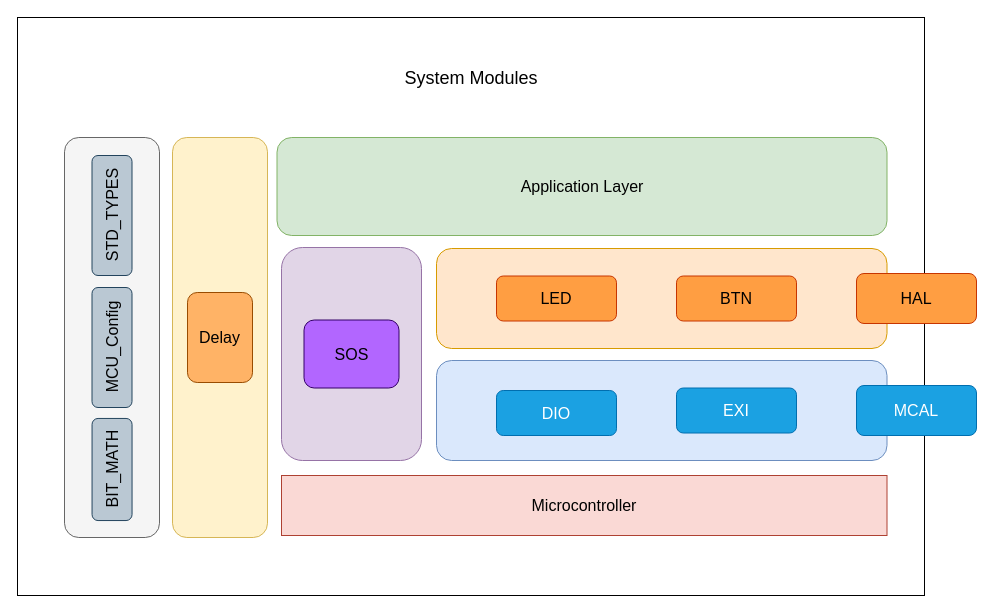
AbdelrhmanWalaa/Small-OS keeps this draw.io diagram as Documents/Diagrams/System Modules Diagram/Small OS - System Modules.drawio. Above is the earlier version. Source tidied: cells renumbered, new cells numbered last; positions are measured from the earlier drawing's top-left corner, leaving out a move shared by most shapes. Both pictures are drawn from the tidied source at 100%, with x=0, y=0 at pixel (17, 17).
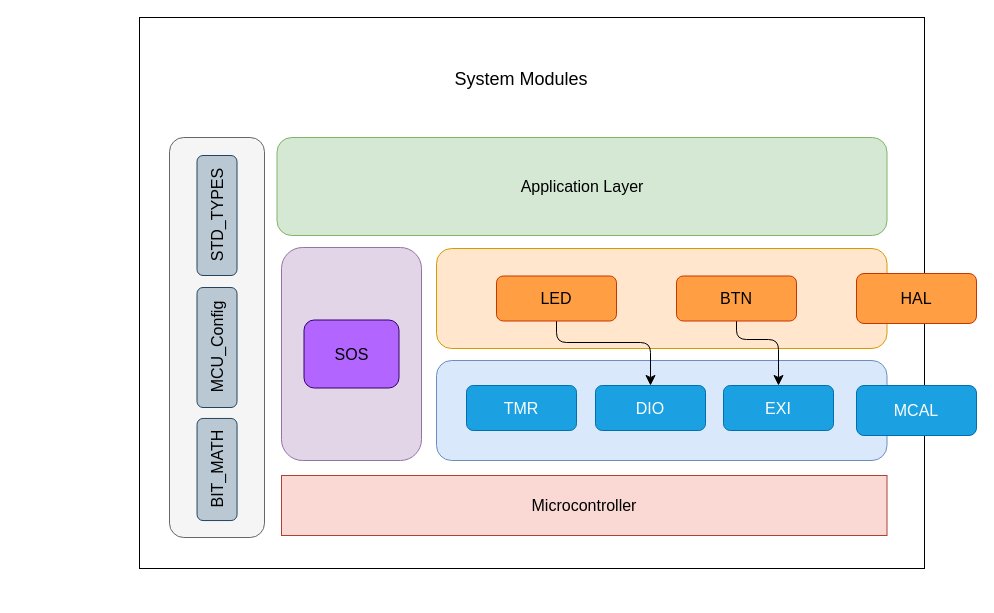
The same page after the edit.

The change refers to these unchanged cells:
```xml
<mxCell id="21" value="LED" style="rounded=1;whiteSpace=wrap;html=1;fontSize=16;fillColor=#ff9e42;fontColor=#000000;strokeColor=#C73500;" parent="1" vertex="1">
  <mxGeometry x="479" y="258.5" width="120" height="45" as="geometry" />
</mxCell>
<mxCell id="22" value="BTN" style="rounded=1;whiteSpace=wrap;html=1;fontSize=16;fillColor=#ff9e42;fontColor=#000000;strokeColor=#C73500;" parent="1" vertex="1">
  <mxGeometry x="659" y="258.5" width="120" height="45" as="geometry" />
</mxCell>
```

Change to the diagram source:
```diff
@@
     <mxCell id="2" style="rounded=0;whiteSpace=wrap;html=1;fontSize=16;horizontal=0;" parent="1" vertex="1">
-      <mxGeometry width="907" height="578" as="geometry" />
+      <mxGeometry x="122" width="785" height="551" as="geometry" />
     </mxCell>
@@
     <mxCell id="6" style="rounded=1;whiteSpace=wrap;html=1;fontSize=16;fillColor=#f5f5f5;fontColor=#333333;strokeColor=#666666;" parent="1" vertex="1">
-      <mxGeometry x="47" y="120" width="95" height="400" as="geometry" />
+      <mxGeometry x="152" y="120" width="95" height="400" as="geometry" />
     </mxCell>
     <mxCell id="7" value="&lt;font style=&quot;font-size: 18px;&quot;&gt;System Modules&lt;/font&gt;" style="text;html=1;strokeColor=none;fillColor=none;align=center;verticalAlign=middle;whiteSpace=wrap;rounded=0;fontSize=16;" parent="1" vertex="1">
-      <mxGeometry x="328.5" y="46" width="250" height="30" as="geometry" />
+      <mxGeometry x="379" y="47" width="250" height="30" as="geometry" />
     </mxCell>
@@
     <mxCell id="10" value="STD_TYPES" style="rounded=1;whiteSpace=wrap;html=1;fontSize=16;fillColor=#bac8d3;strokeColor=#23445d;rotation=-90;" parent="1" vertex="1">
-      <mxGeometry x="34.5" y="178" width="120" height="40" as="geometry" />
+      <mxGeometry x="139.5" y="178" width="120" height="40" as="geometry" />
     </mxCell>
@@
     <mxCell id="12" value="DIO" style="rounded=1;whiteSpace=wrap;html=1;fontSize=16;fillColor=#1ba1e2;fontColor=#ffffff;strokeColor=#006EAF;" parent="1" vertex="1">
-      <mxGeometry x="479" y="373" width="120" height="45" as="geometry" />
+      <mxGeometry x="578" y="368" width="110" height="45" as="geometry" />
     </mxCell>
@@
     <mxCell id="14" value="MCU_Config" style="rounded=1;whiteSpace=wrap;html=1;fontSize=16;fillColor=#bac8d3;strokeColor=#23445d;rotation=-90;" parent="1" vertex="1">
-      <mxGeometry x="34.5" y="310" width="120" height="40" as="geometry" />
+      <mxGeometry x="139.5" y="310" width="120" height="40" as="geometry" />
     </mxCell>
     <mxCell id="15" value="BIT_MATH" style="rounded=1;whiteSpace=wrap;html=1;fontSize=16;fillColor=#bac8d3;strokeColor=#23445d;rotation=-90;" parent="1" vertex="1">
-      <mxGeometry x="43.5" y="432" width="102.1" height="40" as="geometry" />
+      <mxGeometry x="148.5" y="432" width="102.1" height="40" as="geometry" />
     </mxCell>
@@
     <mxCell id="18" value="EXI" style="rounded=1;whiteSpace=wrap;html=1;fontSize=16;fillColor=#1ba1e2;fontColor=#ffffff;strokeColor=#006EAF;" parent="1" vertex="1">
-      <mxGeometry x="659" y="370.5" width="120" height="45" as="geometry" />
+      <mxGeometry x="706" y="368" width="110" height="45" as="geometry" />
     </mxCell>
-    <mxCell id="19" style="rounded=1;whiteSpace=wrap;html=1;fontSize=16;fillColor=#fff2cc;strokeColor=#d6b656;" parent="1" vertex="1">
-      <mxGeometry x="155" y="120" width="95" height="400" as="geometry" />
-    </mxCell>
-    <mxCell id="20" value="Delay" style="rounded=1;whiteSpace=wrap;html=1;fontSize=16;fillColor=#FFB366;strokeColor=#994C00;" parent="1" vertex="1">
-      <mxGeometry x="170" y="275" width="65" height="90" as="geometry" />
-    </mxCell>
+    <mxCell id="25" style="edgeStyle=orthogonalEdgeStyle;rounded=1;jettySize=auto;html=1;entryX=0.5;entryY=0;entryDx=0;entryDy=0;fontSize=12;startSize=8;endSize=8;exitX=0.5;exitY=1;exitDx=0;exitDy=0;" parent="1" edge="1" source="21" target="12">
+      <mxGeometry relative="1" as="geometry">
+        <Array as="points">
+          <mxPoint x="539" y="325" />
+          <mxPoint x="633" y="325" />
+        </Array>
+      </mxGeometry>
+    </mxCell>
@@
+    <mxCell id="26" style="edgeStyle=orthogonalEdgeStyle;rounded=1;jettySize=auto;html=1;entryX=0.5;entryY=0;entryDx=0;entryDy=0;fontSize=12;startSize=8;endSize=8;exitX=0.5;exitY=1;exitDx=0;exitDy=0;" parent="1" edge="1" source="22" target="18">
+      <mxGeometry relative="1" as="geometry">
+        <Array as="points">
+          <mxPoint x="719" y="322" />
+          <mxPoint x="761" y="322" />
+        </Array>
+      </mxGeometry>
+    </mxCell>
@@
+    <mxCell id="27" value="TMR" style="rounded=1;whiteSpace=wrap;html=1;fontSize=16;fillColor=#1ba1e2;fontColor=#ffffff;strokeColor=#006EAF;" parent="1" vertex="1">
+      <mxGeometry x="449" y="368" width="110" height="45" as="geometry" />
+    </mxCell>
```
